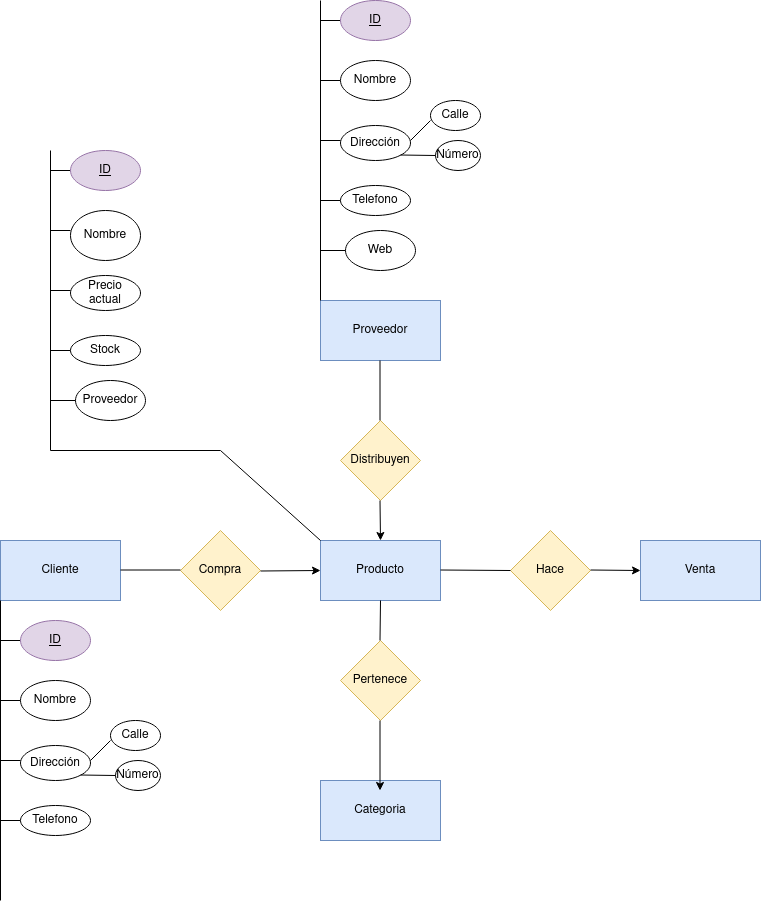
This is Unidad-1/Tareas/Tarea-1/Diagrama_Practica1.drawio.png from jdrguez/2-Daw, a draw.io export, as it was before one commit. Source tidied: cells renumbered, new cells last; positions are measured from the earlier drawing's top-left corner, leaving out a move shared by most shapes.
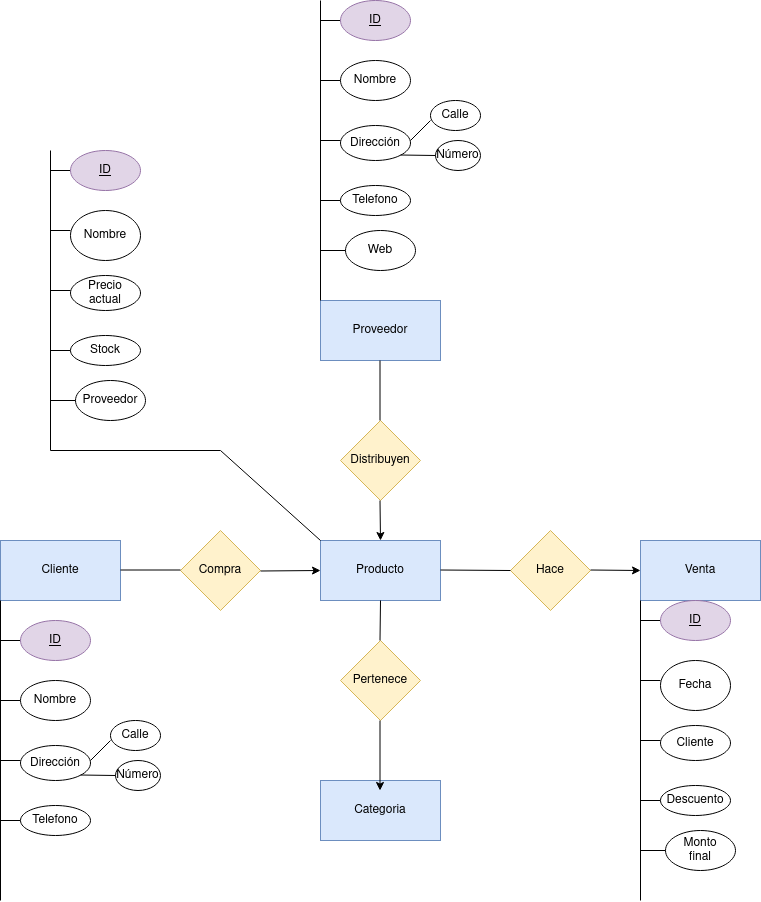
Above is the later version.

Diff of the diagram source:
```diff
@@ -263,5 +263,56 @@
         <mxPoint x="220" y="450" as="targetPoint" />
       </mxGeometry>
     </mxCell>
+    <mxCell id="60" style="endArrow=none;html=1;rounded=0;" parent="1" edge="1">
+      <mxGeometry relative="1" as="geometry">
+        <mxPoint x="640" y="620" as="sourcePoint" />
+        <mxPoint x="660" y="620" as="targetPoint" />
+      </mxGeometry>
+    </mxCell>
+    <mxCell id="61" value="&lt;div&gt;&lt;u&gt;ID&lt;/u&gt;&lt;/div&gt;" style="ellipse;whiteSpace=wrap;html=1;fillColor=#e1d5e7;strokeColor=#9673a6;" parent="1" vertex="1">
+      <mxGeometry x="660" y="600" width="70" height="40" as="geometry" />
+    </mxCell>
+    <mxCell id="62" style="endArrow=none;html=1;rounded=0;" parent="1" edge="1">
+      <mxGeometry relative="1" as="geometry">
+        <mxPoint x="640" y="680" as="sourcePoint" />
+        <mxPoint x="660" y="680" as="targetPoint" />
+      </mxGeometry>
+    </mxCell>
+    <mxCell id="63" value="Fecha" style="ellipse;whiteSpace=wrap;html=1;" parent="1" vertex="1">
+      <mxGeometry x="660" y="660" width="70" height="50" as="geometry" />
+    </mxCell>
+    <mxCell id="64" style="endArrow=none;html=1;rounded=0;" parent="1" edge="1">
+      <mxGeometry relative="1" as="geometry">
+        <mxPoint x="640" y="740" as="sourcePoint" />
+        <mxPoint x="660" y="740" as="targetPoint" />
+      </mxGeometry>
+    </mxCell>
+    <mxCell id="65" value="Cliente" style="ellipse;whiteSpace=wrap;html=1;" parent="1" vertex="1">
+      <mxGeometry x="660" y="725" width="70" height="35" as="geometry" />
+    </mxCell>
+    <mxCell id="66" style="endArrow=none;html=1;rounded=0;" parent="1" edge="1">
+      <mxGeometry relative="1" as="geometry">
+        <mxPoint x="640" y="800" as="sourcePoint" />
+        <mxPoint x="660" y="800" as="targetPoint" />
+      </mxGeometry>
+    </mxCell>
+    <mxCell id="67" value="Descuento" style="ellipse;whiteSpace=wrap;html=1;" parent="1" vertex="1">
+      <mxGeometry x="660" y="785" width="70" height="30" as="geometry" />
+    </mxCell>
+    <mxCell id="68" style="endArrow=none;html=1;rounded=0;entryX=0;entryY=1;entryDx=0;entryDy=0;" parent="1" edge="1">
+      <mxGeometry relative="1" as="geometry">
+        <mxPoint x="640" y="900" as="sourcePoint" />
+        <mxPoint x="640" y="600" as="targetPoint" />
+      </mxGeometry>
+    </mxCell>
+    <mxCell id="69" style="endArrow=none;html=1;rounded=0;" parent="1" edge="1">
+      <mxGeometry relative="1" as="geometry">
+        <mxPoint x="640" y="850" as="sourcePoint" />
+        <mxPoint x="670" y="850" as="targetPoint" />
+      </mxGeometry>
+    </mxCell>
+    <mxCell id="70" value="&lt;div&gt;Monto &lt;br&gt;&lt;/div&gt;&lt;div&gt;final&lt;br&gt;&lt;/div&gt;" style="ellipse;whiteSpace=wrap;html=1;" parent="1" vertex="1">
+      <mxGeometry x="665" y="830" width="70" height="40" as="geometry" />
+    </mxCell>
   </root>
 </mxGraphModel>
```
